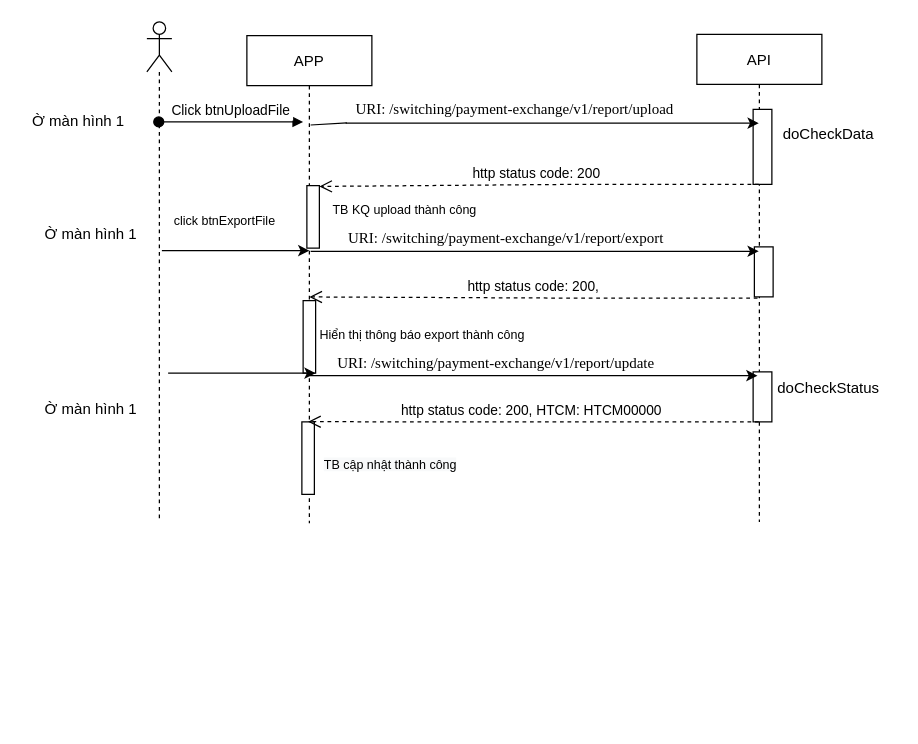
anhpham02/DemoGit keeps this draw.io diagram as page "Copy of Page-1" (2 of 3) of Untitled Diagram.drawio. Above is the earlier version. Source tidied: cells renumbered, new cells numbered last; positions are measured from the earlier drawing's top-left corner, leaving out a move shared by most shapes. Both pictures are drawn from the tidied source at 125%, with x=0, y=0 at pixel (21, 21).
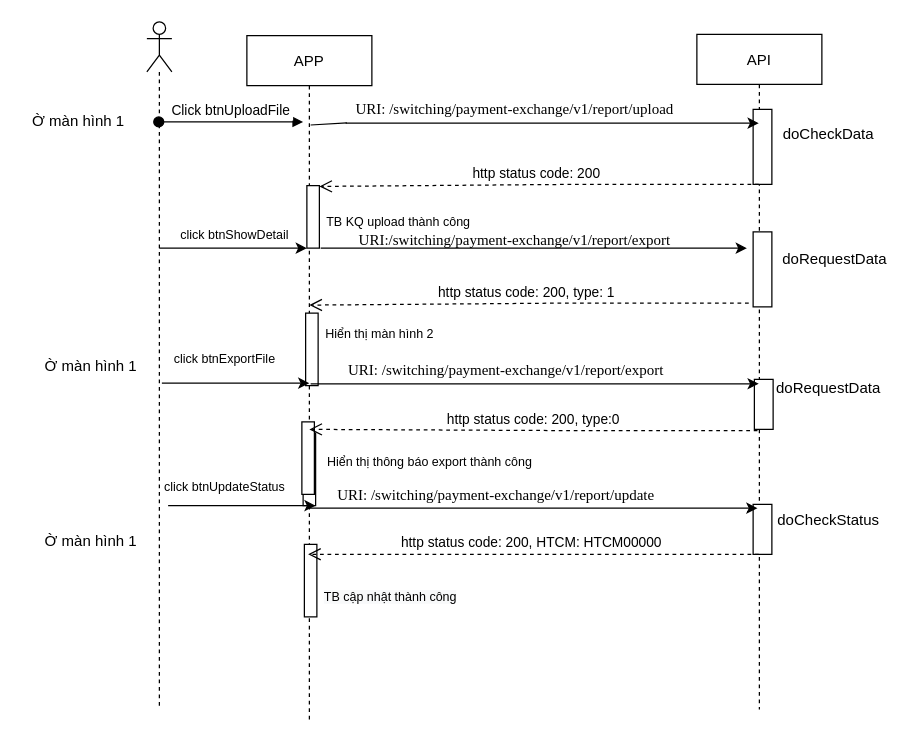
Above is the later version.

Diff of the diagram source:
```diff
@@
     <mxCell id="2" value="APP" style="shape=umlLifeline;perimeter=lifelinePerimeter;rounded=0;shadow=0;strokeWidth=1;" parent="1" vertex="1">
-      <mxGeometry x="180" y="11" width="100" height="390" as="geometry" />
+      <mxGeometry x="180" y="11" width="100" height="549" as="geometry" />
     </mxCell>
@@
     <mxCell id="4" style="perimeter=orthogonalPerimeter;rounded=0;shadow=0;strokeWidth=1;" parent="2" vertex="1">
-      <mxGeometry x="45" y="212" width="10" height="58" as="geometry" />
+      <mxGeometry x="45" y="318" width="10" height="58" as="geometry" />
     </mxCell>
     <mxCell id="5" style="endArrow=classic;html=1;rounded=0;fontSize=10;exitX=0;exitY=1.05;exitDx=0;exitDy=0;exitPerimeter=0;" parent="2" edge="1">
       <mxGeometry relative="1" as="geometry">
-        <mxPoint x="-63" y="270" as="sourcePoint" />
-        <mxPoint x="55" y="270" as="targetPoint" />
+        <mxPoint x="-63" y="376" as="sourcePoint" />
+        <mxPoint x="55" y="376" as="targetPoint" />
       </mxGeometry>
     </mxCell>
@@
+    <mxCell id="33" style="endArrow=classic;html=1;rounded=0;fontSize=10;exitX=0;exitY=1.05;exitDx=0;exitDy=0;exitPerimeter=0;" parent="2" edge="1">
+      <mxGeometry relative="1" as="geometry">
+        <mxPoint x="-70" y="170" as="sourcePoint" />
+        <mxPoint x="48" y="170" as="targetPoint" />
+      </mxGeometry>
+    </mxCell>
+    <mxCell id="34" style="perimeter=orthogonalPerimeter;rounded=0;shadow=0;strokeWidth=1;" parent="2" vertex="1">
+      <mxGeometry x="47" y="222" width="10" height="58" as="geometry" />
+    </mxCell>
+    <mxCell id="35" style="perimeter=orthogonalPerimeter;rounded=0;shadow=0;strokeWidth=1;" parent="2" vertex="1">
+      <mxGeometry x="46" y="407" width="10" height="58" as="geometry" />
+    </mxCell>
     <mxCell id="7" value="API" style="shape=umlLifeline;perimeter=lifelinePerimeter;rounded=0;shadow=0;strokeWidth=1;" parent="1" vertex="1">
-      <mxGeometry x="540" y="10" width="100" height="390" as="geometry" />
+      <mxGeometry x="540" y="10" width="100" height="540" as="geometry" />
     </mxCell>
@@
     <mxCell id="9" style="perimeter=orthogonalPerimeter;rounded=0;shadow=0;strokeWidth=1;" parent="7" vertex="1">
-      <mxGeometry x="46" y="170" width="15" height="40" as="geometry" />
+      <mxGeometry x="46" y="276" width="15" height="40" as="geometry" />
     </mxCell>
     <mxCell id="10" style="perimeter=orthogonalPerimeter;rounded=0;shadow=0;strokeWidth=1;" parent="7" vertex="1">
-      <mxGeometry x="45" y="270" width="15" height="40" as="geometry" />
+      <mxGeometry x="45" y="376" width="15" height="40" as="geometry" />
     </mxCell>
+    <mxCell id="36" style="perimeter=orthogonalPerimeter;rounded=0;shadow=0;strokeWidth=1;" parent="7" vertex="1">
+      <mxGeometry x="45" y="158" width="15" height="60" as="geometry" />
+    </mxCell>
     <mxCell id="11" style="shape=umlLifeline;participant=umlActor;perimeter=lifelinePerimeter;whiteSpace=wrap;html=1;verticalAlign=top;spacingTop=36;outlineConnect=0;" parent="1" vertex="1">
-      <mxGeometry x="100" width="20" height="400" as="geometry" />
+      <mxGeometry x="100" width="20" height="550" as="geometry" />
     </mxCell>
@@
     <mxCell id="15" value="&lt;font style=&quot;font-size: 10px;&quot;&gt;TB KQ upload thành công&lt;/font&gt;" style="text;html=1;align=center;verticalAlign=middle;strokeColor=none;fillColor=none;" parent="1" vertex="1">
-      <mxGeometry x="241" y="140" width="130" height="20" as="geometry" />
+      <mxGeometry x="236" y="150" width="130" height="20" as="geometry" />
     </mxCell>
     <mxCell id="16" value="click btnExportFile" style="text;html=1;align=center;verticalAlign=middle;strokeColor=none;fillColor=none;fontSize=10;" parent="1" vertex="1">
-      <mxGeometry x="112" y="149" width="100" height="20" as="geometry" />
+      <mxGeometry x="112" y="259" width="100" height="20" as="geometry" />
     </mxCell>
     <mxCell id="17" style="endArrow=classic;html=1;rounded=0;fontSize=10;exitX=0;exitY=1.05;exitDx=0;exitDy=0;exitPerimeter=0;" parent="1" edge="1">
       <mxGeometry relative="1" as="geometry">
-        <mxPoint x="112" y="183" as="sourcePoint" />
-        <mxPoint x="230" y="183" as="targetPoint" />
+        <mxPoint x="112" y="289" as="sourcePoint" />
+        <mxPoint x="230" y="289" as="targetPoint" />
       </mxGeometry>
     </mxCell>
     <mxCell id="18" value="Ờ màn hình 1" style="text;html=1;align=center;verticalAlign=middle;strokeColor=none;fillColor=none;" parent="1" vertex="1">
-      <mxGeometry x="10" y="160" width="90" height="20" as="geometry" />
+      <mxGeometry x="10" y="266" width="90" height="20" as="geometry" />
     </mxCell>
@@
     <mxCell id="20" style="endArrow=classic;html=1;rounded=0;fontSize=10;exitX=0;exitY=1.05;exitDx=0;exitDy=0;exitPerimeter=0;" parent="1" edge="1">
       <mxGeometry relative="1" as="geometry">
-        <mxPoint x="231" y="183.5" as="sourcePoint" />
-        <mxPoint x="589.5" y="183.5" as="targetPoint" />
+        <mxPoint x="231" y="289.5" as="sourcePoint" />
+        <mxPoint x="589.5" y="289.5" as="targetPoint" />
       </mxGeometry>
     </mxCell>
     <mxCell id="21" value="&lt;font style=&quot;font-size: 12px;&quot;&gt;&lt;span style=&quot;font-family: &amp;quot;Times New Roman&amp;quot;, serif;&quot;&gt;&lt;font style=&quot;font-size: 12px;&quot;&gt;URI:&amp;nbsp;&lt;/font&gt;&lt;/span&gt;&lt;span style=&quot;font-family: &amp;quot;Times New Roman&amp;quot;, serif;&quot;&gt;/switching/payment-exchange/v1/report/export&lt;/span&gt;&lt;/font&gt;" style="text;html=1;align=center;verticalAlign=middle;strokeColor=none;fillColor=none;fontSize=10;" parent="1" vertex="1">
-      <mxGeometry x="252" y="163" width="270" height="20" as="geometry" />
+      <mxGeometry x="252" y="269" width="270" height="20" as="geometry" />
     </mxCell>
@@
-    <mxCell id="24" value="http status code: 200," style="verticalAlign=bottom;endArrow=open;dashed=1;endSize=8;shadow=0;strokeWidth=1;entryX=0.5;entryY=0.536;entryDx=0;entryDy=0;entryPerimeter=0;" parent="1" edge="1" target="2">
+    <mxCell id="24" value="http status code: 200, type:0" style="verticalAlign=bottom;endArrow=open;dashed=1;endSize=8;shadow=0;strokeWidth=1;entryX=0.5;entryY=0.536;entryDx=0;entryDy=0;entryPerimeter=0;" parent="1" edge="1">
       <mxGeometry relative="1" as="geometry">
-        <mxPoint x="588.5" y="221" as="sourcePoint" />
+        <mxPoint x="588.5" y="327" as="sourcePoint" />
+        <mxPoint x="230" y="326" as="targetPoint" />
         <Array as="points">
-          <mxPoint x="439" y="221" />
+          <mxPoint x="439" y="327" />
         </Array>
       </mxGeometry>
     </mxCell>
     <mxCell id="25" value="&lt;span style=&quot;font-size: 10px;&quot;&gt;Hiển thị thông báo export thành công&lt;/span&gt;" style="text;html=1;align=center;verticalAlign=middle;strokeColor=none;fillColor=none;" parent="1" vertex="1">
-      <mxGeometry x="230" y="240" width="180" height="20" as="geometry" />
+      <mxGeometry x="236" y="342" width="180" height="20" as="geometry" />
     </mxCell>
@@
     <mxCell id="27" value="Ờ màn hình 1" style="text;html=1;align=center;verticalAlign=middle;strokeColor=none;fillColor=none;" parent="1" vertex="1">
-      <mxGeometry x="10" y="300" width="90" height="20" as="geometry" />
+      <mxGeometry x="10" y="406" width="90" height="20" as="geometry" />
     </mxCell>
     <mxCell id="28" value="&lt;font style=&quot;font-size: 12px;&quot;&gt;&lt;font style=&quot;font-size: 12px;&quot;&gt;&lt;span style=&quot;font-family: &amp;quot;Times New Roman&amp;quot;, serif;&quot;&gt;&lt;font style=&quot;font-size: 12px;&quot;&gt;URI:&amp;nbsp;&lt;/font&gt;&lt;/span&gt;&lt;/font&gt;&lt;span style=&quot;font-family: &amp;quot;Times New Roman&amp;quot;, serif;&quot;&gt;/switching/payment-exchange/v1/report/update&lt;/span&gt;&lt;/font&gt;" style="text;html=1;align=center;verticalAlign=middle;strokeColor=none;fillColor=none;fontSize=10;" parent="1" vertex="1">
-      <mxGeometry x="244" y="263" width="270" height="20" as="geometry" />
+      <mxGeometry x="244" y="369" width="270" height="20" as="geometry" />
     </mxCell>
     <mxCell id="29" style="endArrow=classic;html=1;rounded=0;fontSize=10;exitX=0;exitY=1.05;exitDx=0;exitDy=0;exitPerimeter=0;" parent="1" edge="1">
       <mxGeometry relative="1" as="geometry">
-        <mxPoint x="230" y="283" as="sourcePoint" />
-        <mxPoint x="588.5" y="283" as="targetPoint" />
+        <mxPoint x="230" y="389" as="sourcePoint" />
+        <mxPoint x="588.5" y="389" as="targetPoint" />
       </mxGeometry>
     </mxCell>
-    <mxCell id="30" value="doCheckStatus" style="text;html=1;align=center;verticalAlign=middle;strokeColor=none;fillColor=none;fontSize=12;fontColor=#000000;" parent="1" vertex="1">
+    <mxCell id="30" value="doRequestData" style="text;html=1;align=center;verticalAlign=middle;strokeColor=none;fillColor=none;fontSize=12;fontColor=#000000;" parent="1" vertex="1">
       <mxGeometry x="595" y="283" width="100" height="20" as="geometry" />
     </mxCell>
-    <mxCell id="31" value="http status code: 200, HTCM: HTCM00000 " style="verticalAlign=bottom;endArrow=open;dashed=1;endSize=8;shadow=0;strokeWidth=1;entryX=0.49;entryY=0.792;entryDx=0;entryDy=0;entryPerimeter=0;" parent="1" edge="1" target="2">
+    <mxCell id="31" value="http status code: 200, HTCM: HTCM00000 " style="verticalAlign=bottom;endArrow=open;dashed=1;endSize=8;shadow=0;strokeWidth=1;entryX=0.49;entryY=0.792;entryDx=0;entryDy=0;entryPerimeter=0;" parent="1" edge="1">
       <mxGeometry relative="1" as="geometry">
-        <mxPoint x="589.5" y="320" as="sourcePoint" />
+        <mxPoint x="589.5" y="426" as="sourcePoint" />
+        <mxPoint x="229" y="425.9" as="targetPoint" />
         <Array as="points">
-          <mxPoint x="440" y="320" />
+          <mxPoint x="440" y="426" />
         </Array>
       </mxGeometry>
     </mxCell>
     <mxCell id="32" value="&lt;span style=&quot;color: rgb(0, 0, 0); font-family: Helvetica; font-size: 10px; font-style: normal; font-variant-ligatures: normal; font-variant-caps: normal; font-weight: 400; letter-spacing: normal; orphans: 2; text-align: center; text-indent: 0px; text-transform: none; widows: 2; word-spacing: 0px; -webkit-text-stroke-width: 0px; background-color: rgb(248, 249, 250); text-decoration-thickness: initial; text-decoration-style: initial; text-decoration-color: initial; float: none; display: inline !important;&quot;&gt;TB cập nhật thành công&lt;/span&gt;" style="text;whiteSpace=wrap;html=1;fontSize=12;fontColor=#000000;" parent="1" vertex="1">
-      <mxGeometry x="240" y="340" width="190" height="30" as="geometry" />
+      <mxGeometry x="240" y="446" width="190" height="30" as="geometry" />
     </mxCell>
+    <mxCell id="37" value="click btnShowDetail" style="text;html=1;align=center;verticalAlign=middle;strokeColor=none;fillColor=none;fontSize=10;" parent="1" vertex="1">
+      <mxGeometry x="120" y="160" width="100" height="20" as="geometry" />
+    </mxCell>
+    <mxCell id="38" style="endArrow=classic;html=1;rounded=0;fontSize=10;exitX=1.1;exitY=0.96;exitDx=0;exitDy=0;exitPerimeter=0;startArrow=none;" parent="1" edge="1">
+      <mxGeometry relative="1" as="geometry">
+        <mxPoint x="239" y="181" as="sourcePoint" />
+        <mxPoint x="580" y="181" as="targetPoint" />
+      </mxGeometry>
+    </mxCell>
+    <mxCell id="39" value="&lt;font style=&quot;font-size: 12px;&quot;&gt;&lt;font style=&quot;font-size: 12px;&quot;&gt;&lt;span style=&quot;font-family: &amp;quot;Times New Roman&amp;quot;, serif;&quot;&gt;&lt;font style=&quot;font-size: 12px;&quot;&gt;URI:&lt;/font&gt;&lt;/span&gt;&lt;/font&gt;&lt;span style=&quot;font-family: &amp;quot;Times New Roman&amp;quot;, serif;&quot;&gt;/switching/payment-exchange/v1/report/export&lt;/span&gt;&lt;/font&gt;" style="text;html=1;align=center;verticalAlign=middle;strokeColor=none;fillColor=none;fontSize=10;" parent="1" vertex="1">
+      <mxGeometry x="264" y="165" width="260" height="20" as="geometry" />
+    </mxCell>
+    <mxCell id="40" value="http status code: 200, type: 1 " style="verticalAlign=bottom;endArrow=open;dashed=1;endSize=8;shadow=0;strokeWidth=1;entryX=1;entryY=0.013;entryDx=0;entryDy=0;entryPerimeter=0;" parent="1" edge="1">
+      <mxGeometry relative="1" as="geometry">
+        <mxPoint x="581.5" y="225" as="sourcePoint" />
+        <mxPoint x="230" y="226.6" as="targetPoint" />
+        <Array as="points">
+          <mxPoint x="432" y="225" />
+        </Array>
+      </mxGeometry>
+    </mxCell>
+    <mxCell id="41" value="&lt;span style=&quot;font-size: 10px;&quot;&gt;Hiển thị màn hình 2&lt;/span&gt;" style="text;html=1;align=center;verticalAlign=middle;strokeColor=none;fillColor=none;" parent="1" vertex="1">
+      <mxGeometry x="236" y="239" width="100" height="20" as="geometry" />
+    </mxCell>
+    <mxCell id="42" value="click btnUpdateStatus" style="text;html=1;align=center;verticalAlign=middle;strokeColor=none;fillColor=none;fontSize=10;" parent="1" vertex="1">
+      <mxGeometry x="107" y="362" width="110" height="20" as="geometry" />
+    </mxCell>
+    <mxCell id="43" value="doRequestData" style="text;html=1;align=center;verticalAlign=middle;strokeColor=none;fillColor=none;fontSize=12;fontColor=#000000;" parent="1" vertex="1">
+      <mxGeometry x="600" y="180" width="100" height="20" as="geometry" />
+    </mxCell>
+    <mxCell id="44" value="doCheckStatus" style="text;html=1;align=center;verticalAlign=middle;strokeColor=none;fillColor=none;fontSize=12;fontColor=#000000;" parent="1" vertex="1">
+      <mxGeometry x="595" y="389" width="100" height="20" as="geometry" />
+    </mxCell>
```
